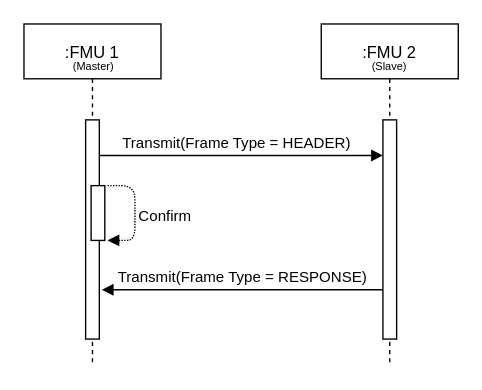
Before: docs/images/lin_direct_confirmation.drawio in modelica/fmi-ls-bus, a draw.io diagram. Source tidied: cells renumbered, new cells numbered last; positions are measured from the earlier drawing's top-left corner, leaving out a move shared by most shapes. Both pictures are drawn from the tidied source at 137%, with x=0, y=0 at pixel (23, 23).
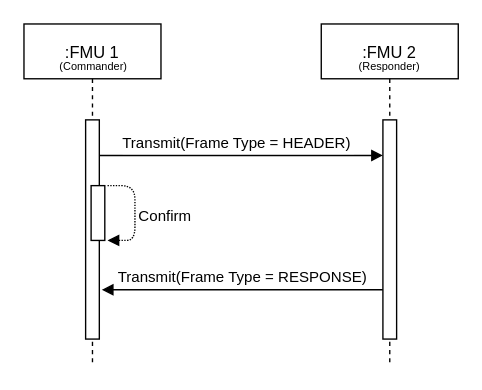
Above is the later version.

Commit message (it also covers changes not shown here):
Use Commander and Responder instead of LIN Master/Slave (2)

The edit, as a diff of the source:
```diff
@@
 <mxGraphModel>
   <root>
     <mxCell id="0" />
     <mxCell id="1" parent="0" />
     <mxCell id="2" value="Transmit(Frame Type = HEADER)" style="verticalAlign=bottom;endArrow=block;entryX=0;entryY=0;shadow=0;strokeWidth=1;" parent="1" edge="1">
       <mxGeometry relative="1" as="geometry">
         <mxPoint x="49.5" y="96" as="sourcePoint" />
         <mxPoint x="262" y="96" as="targetPoint" />
       </mxGeometry>
     </mxCell>
     <mxCell id="3" value=":FMU 1" style="shape=umlLifeline;perimeter=lifelinePerimeter;rounded=0;shadow=0;strokeWidth=1;" parent="1" vertex="1">
       <mxGeometry width="100" height="250" as="geometry" />
     </mxCell>
     <mxCell id="4" value="Confirm" style="verticalAlign=bottom;endArrow=block;shadow=0;strokeWidth=1;align=left;spacingRight=1;spacing=3;dashed=1;dashPattern=1 1;" parent="3" edge="1">
       <mxGeometry x="0.3" relative="1" as="geometry">
         <mxPoint x="61" y="118" as="sourcePoint" />
         <mxPoint x="61" y="158" as="targetPoint" />
         <Array as="points">
           <mxPoint x="81" y="118" />
           <mxPoint x="81" y="158" />
         </Array>
       </mxGeometry>
     </mxCell>
-    <mxCell id="5" value="(Master)" style="text;html=1;whiteSpace=wrap;strokeColor=none;fillColor=none;align=center;verticalAlign=middle;rounded=0;fontSize=8;" parent="3" vertex="1">
+    <mxCell id="5" value="(Commander)" style="text;html=1;whiteSpace=wrap;strokeColor=none;fillColor=none;align=center;verticalAlign=middle;rounded=0;fontSize=8;" parent="3" vertex="1">
       <mxGeometry x="21" y="15" width="60" height="31" as="geometry" />
     </mxCell>
     <mxCell id="6" style="perimeter=orthogonalPerimeter;rounded=0;shadow=0;strokeWidth=1;" parent="3" vertex="1">
       <mxGeometry x="45" y="70" width="10" height="160" as="geometry" />
     </mxCell>
     <mxCell id="7" style="perimeter=orthogonalPerimeter;rounded=0;shadow=0;strokeWidth=1;" parent="3" vertex="1">
       <mxGeometry x="49" y="118" width="10" height="40" as="geometry" />
     </mxCell>
     <mxCell id="8" value="Transmit(Frame Type = RESPONSE)" style="verticalAlign=bottom;endArrow=none;entryX=0;entryY=0;shadow=0;strokeWidth=1;startArrow=block;startFill=1;exitX=1.177;exitY=0.589;exitDx=0;exitDy=0;exitPerimeter=0;endFill=0;" parent="1" edge="1">
       <mxGeometry relative="1" as="geometry">
         <mxPoint x="56.8" y="194" as="sourcePoint" />
         <mxPoint x="262" y="194" as="targetPoint" />
       </mxGeometry>
     </mxCell>
     <mxCell id="9" value=":FMU 2" style="shape=umlLifeline;perimeter=lifelinePerimeter;rounded=0;shadow=0;strokeWidth=1;" parent="1" vertex="1">
       <mxGeometry x="217" width="100" height="250" as="geometry" />
     </mxCell>
     <mxCell id="10" style="perimeter=orthogonalPerimeter;rounded=0;shadow=0;strokeWidth=1;" parent="9" vertex="1">
       <mxGeometry x="45" y="70" width="10" height="160" as="geometry" />
     </mxCell>
-    <mxCell id="11" value="(Slave)" style="text;html=1;whiteSpace=wrap;strokeColor=none;fillColor=none;align=center;verticalAlign=middle;rounded=0;fontSize=8;" parent="9" vertex="1">
+    <mxCell id="11" value="(Responder)" style="text;html=1;whiteSpace=wrap;strokeColor=none;fillColor=none;align=center;verticalAlign=middle;rounded=0;fontSize=8;" parent="9" vertex="1">
       <mxGeometry x="20" y="15" width="60" height="31" as="geometry" />
     </mxCell>
   </root>
 </mxGraphModel>
```
